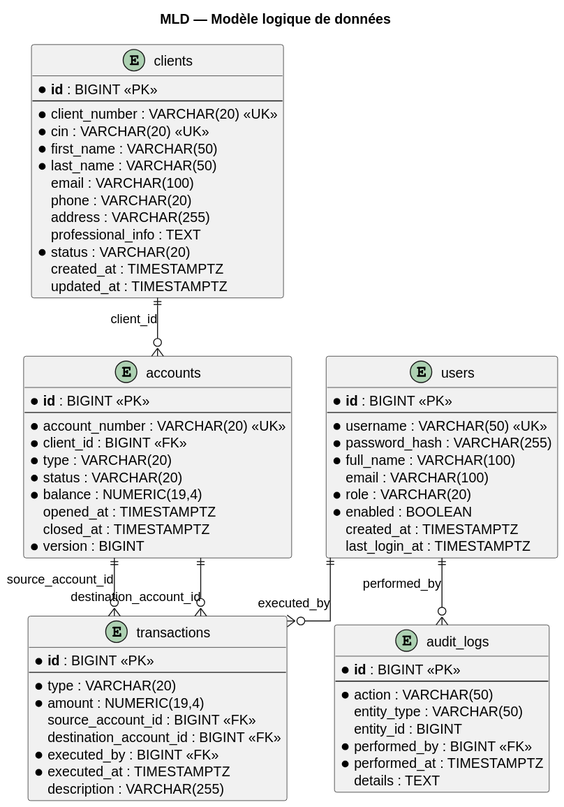
The PlantUML diagram documentation/modele-donnees/MLD.svg in aminabensouda106-gif/banque1, before a commit.
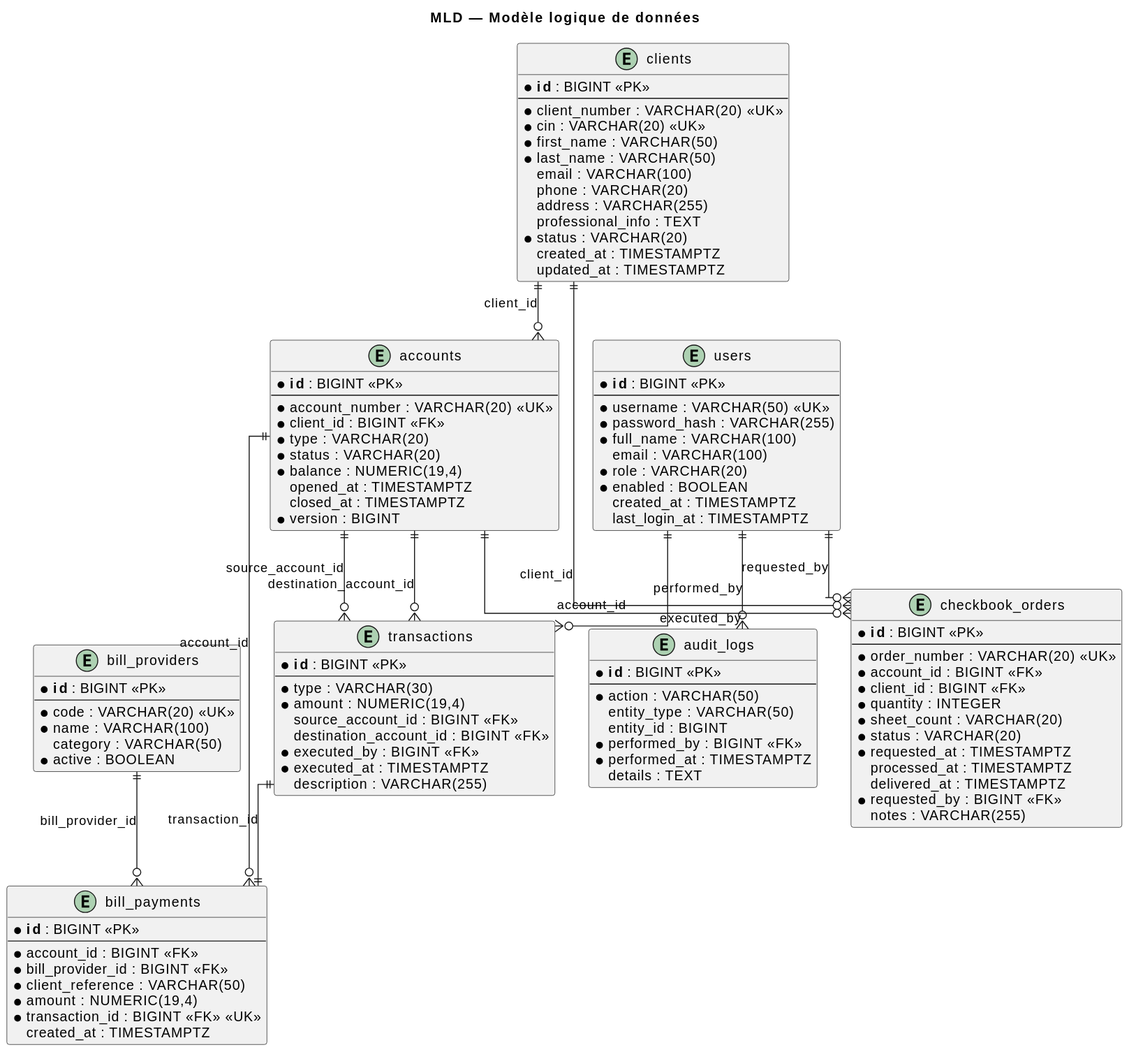
After the change.

Change to the diagram source:
```diff
@@ -49,13 +49,49 @@
 entity "transactions" as transactions {
   * **id** : BIGINT <<PK>>
   --
-  * type : VARCHAR(20)
+  * type : VARCHAR(30)
   * amount : NUMERIC(19,4)
   source_account_id : BIGINT <<FK>>
   destination_account_id : BIGINT <<FK>>
   * executed_by : BIGINT <<FK>>
   * executed_at : TIMESTAMPTZ
   description : VARCHAR(255)
+}
+
+entity "bill_providers" as bill_providers {
+  * **id** : BIGINT <<PK>>
+  --
+  * code : VARCHAR(20) <<UK>>
+  * name : VARCHAR(100)
+  category : VARCHAR(50)
+  * active : BOOLEAN
+}
+
+entity "bill_payments" as bill_payments {
+  * **id** : BIGINT <<PK>>
+  --
+  * account_id : BIGINT <<FK>>
+  * bill_provider_id : BIGINT <<FK>>
+  * client_reference : VARCHAR(50)
+  * amount : NUMERIC(19,4)
+  * transaction_id : BIGINT <<FK>> <<UK>>
+  created_at : TIMESTAMPTZ
+}
+
+entity "checkbook_orders" as checkbook_orders {
+  * **id** : BIGINT <<PK>>
+  --
+  * order_number : VARCHAR(20) <<UK>>
+  * account_id : BIGINT <<FK>>
+  * client_id : BIGINT <<FK>>
+  * quantity : INTEGER
+  * sheet_count : VARCHAR(20)
+  * status : VARCHAR(20)
+  * requested_at : TIMESTAMPTZ
+  processed_at : TIMESTAMPTZ
+  delivered_at : TIMESTAMPTZ
+  * requested_by : BIGINT <<FK>>
+  notes : VARCHAR(255)
 }
 
 entity "audit_logs" as audit_logs {
@@ -70,8 +106,14 @@
 }
 
 clients ||--o{ accounts : client_id
+clients ||--o{ checkbook_orders : client_id
 users ||--o{ transactions : executed_by
+users ||--o{ checkbook_orders : requested_by
 users ||--o{ audit_logs : performed_by
 accounts ||--o{ transactions : source_account_id
 accounts ||--o{ transactions : destination_account_id
+accounts ||--o{ bill_payments : account_id
+accounts ||--o{ checkbook_orders : account_id
+bill_providers ||--o{ bill_payments : bill_provider_id
+transactions ||--|| bill_payments : transaction_id
 @enduml
```
